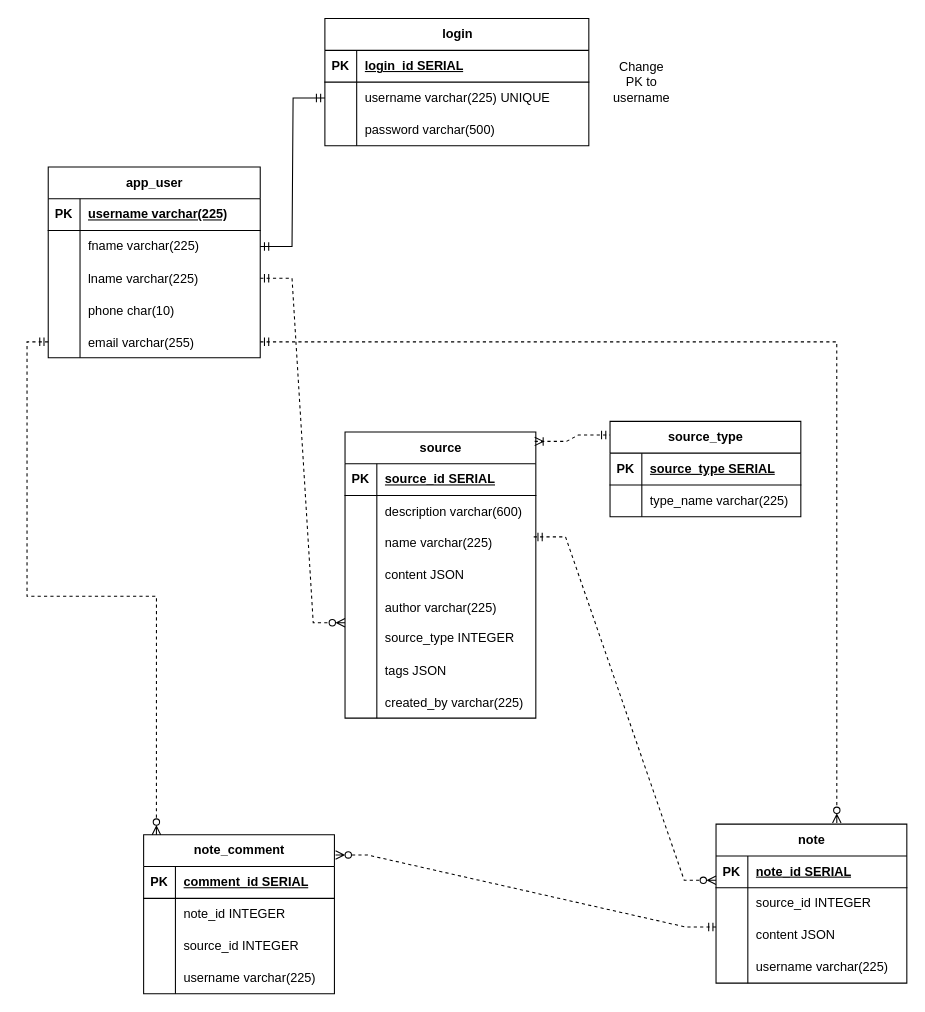
Earlier version of the draw.io diagram documentation/db_ER_diagram/CapstoneDB.drawio (Cwill124/Group3Spring2024Capstone). Source tidied: cells renumbered, new cells numbered last; positions are measured from the earlier drawing's top-left corner, leaving out a move shared by most shapes. Both pictures are drawn from the tidied source at 106%, with x=0, y=0 at pixel (48, 18).
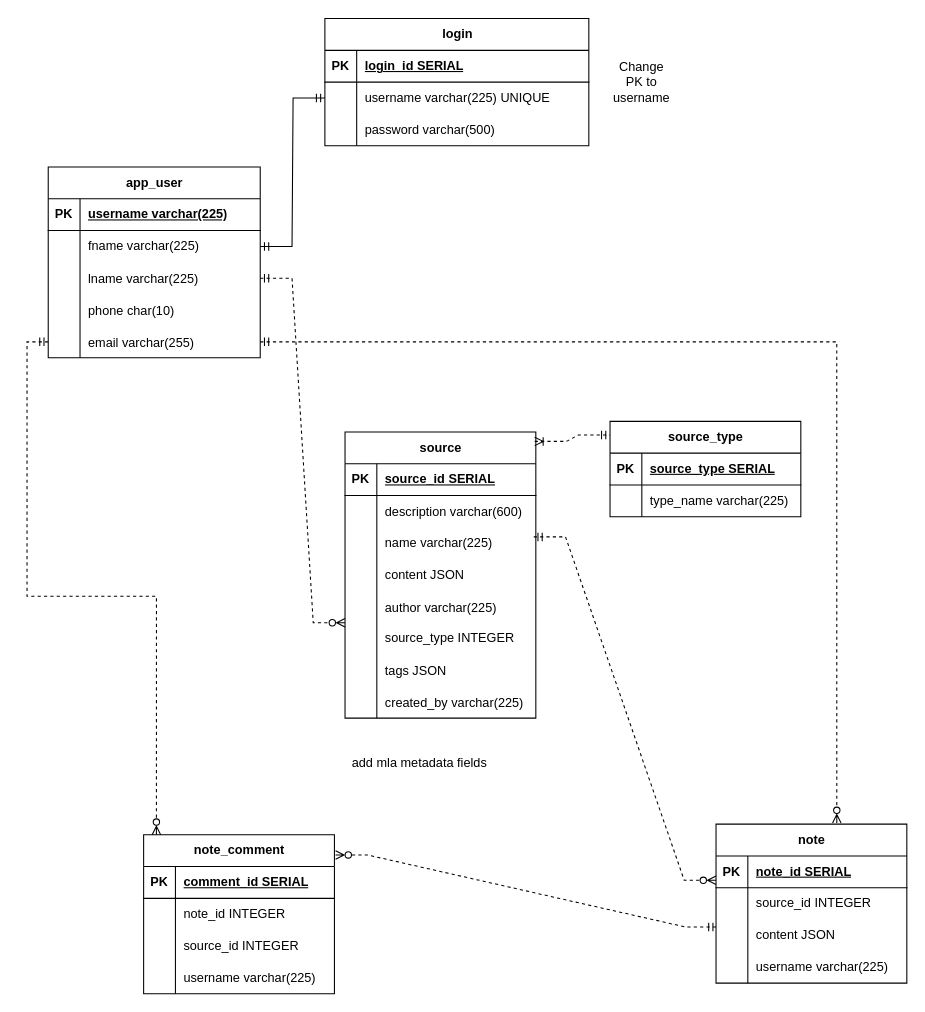
Above is the later version.

What changed in the source:
```diff
@@
+    <mxCell id="94" value="add mla metadata fields&lt;br&gt;" style="text;html=1;align=center;verticalAlign=middle;strokeColor=none;fillColor=none;" parent="1" vertex="1">
+      <mxGeometry x="275" y="688" width="150" height="30" as="geometry" />
+    </mxCell>
```
